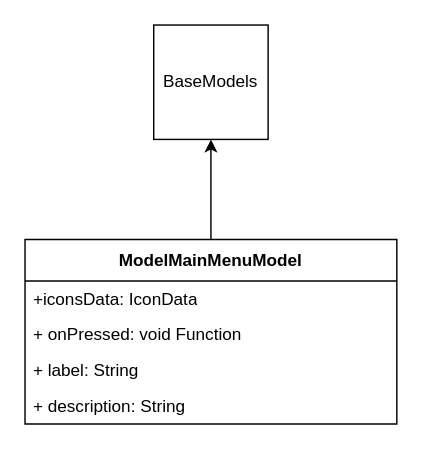
grupo-jocaagura/jocaagura_domain keeps this draw.io diagram as page "UI" (4 of 12) of uml/uml_diagrams.drawio. Above is the earlier version. Source tidied: cells renumbered, new cells numbered last; positions are measured from the earlier drawing's top-left corner, leaving out a move shared by most shapes. Both pictures are drawn from the tidied source at 143%, with x=0, y=0 at pixel (24, 24).
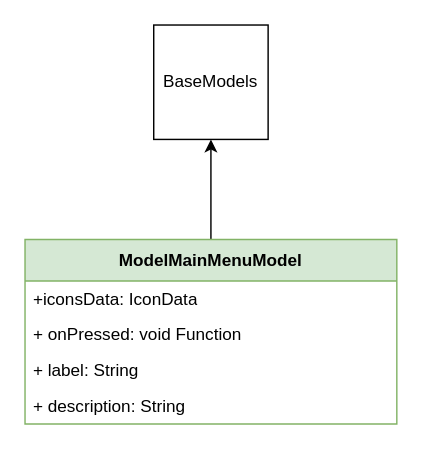
Above is the later version.

What changed in the source:
```diff
@@
 <mxGraphModel>
   <root>
     <mxCell id="0" />
     <mxCell id="1" parent="0" />
     <mxCell id="2" style="edgeStyle=orthogonalEdgeStyle;rounded=0;jettySize=auto;html=1;" parent="1" edge="1" source="3" target="8">
       <mxGeometry relative="1" as="geometry" />
     </mxCell>
-    <mxCell id="3" value="ModelMainMenuModel" style="swimlane;fontStyle=1;align=center;verticalAlign=middle;horizontal=1;startSize=29;html=1;whiteSpace=wrap;" parent="1" vertex="1">
+    <mxCell id="3" value="ModelMainMenuModel" style="swimlane;fontStyle=1;align=center;verticalAlign=middle;horizontal=1;startSize=29;html=1;whiteSpace=wrap;fillColor=#d5e8d4;strokeColor=#82b366;" parent="1" vertex="1">
       <mxGeometry y="150" width="260" height="129" as="geometry" />
     </mxCell>
     <mxCell id="4" value="+iconsData: IconData" style="text;html=1;strokeColor=none;fillColor=none;align=left;verticalAlign=middle;spacingLeft=4;spacingRight=4;overflow=hidden;whiteSpace=wrap;" parent="3" vertex="1">
       <mxGeometry y="29" width="260" height="25" as="geometry" />
     </mxCell>
     <mxCell id="5" value="+ onPressed: void Function" style="text;html=1;strokeColor=none;fillColor=none;align=left;verticalAlign=middle;spacingLeft=4;spacingRight=4;overflow=hidden;whiteSpace=wrap;" parent="3" vertex="1">
       <mxGeometry y="54" width="260" height="25" as="geometry" />
     </mxCell>
     <mxCell id="6" value="+ label: String" style="text;html=1;strokeColor=none;fillColor=none;align=left;verticalAlign=middle;spacingLeft=4;spacingRight=4;overflow=hidden;whiteSpace=wrap;" parent="3" vertex="1">
       <mxGeometry y="79" width="260" height="25" as="geometry" />
     </mxCell>
     <mxCell id="7" value="+ description: String" style="text;html=1;strokeColor=none;fillColor=none;align=left;verticalAlign=middle;spacingLeft=4;spacingRight=4;overflow=hidden;whiteSpace=wrap;" parent="3" vertex="1">
       <mxGeometry y="104" width="260" height="25" as="geometry" />
     </mxCell>
     <mxCell id="8" value="BaseModels" style="whiteSpace=wrap;html=1;" parent="1" vertex="1">
       <mxGeometry x="90" width="80" height="80" as="geometry" />
     </mxCell>
   </root>
 </mxGraphModel>
```
